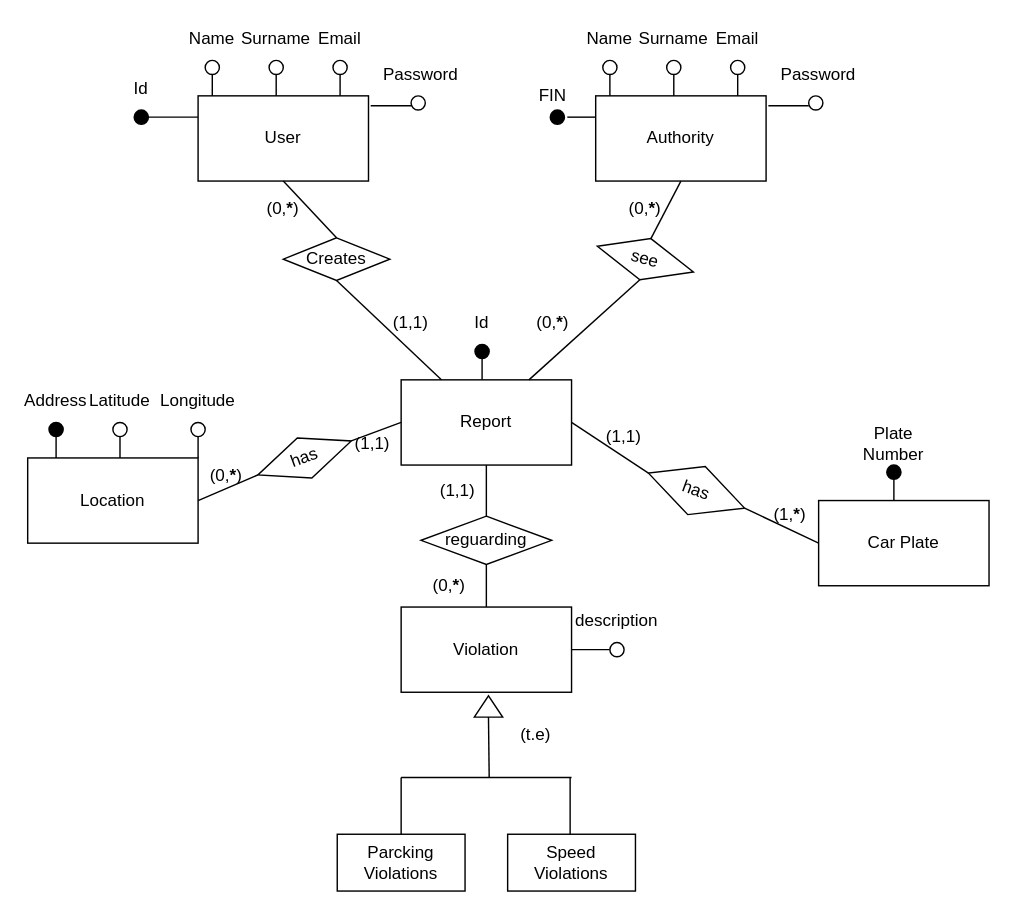
The draw.io diagram DD/ER.drawio in Edoardo-Putti/Software-engineering-2-polimi, before the edit. Source tidied: cells renumbered, new cells numbered last; positions are measured from the earlier drawing's top-left corner, leaving out a move shared by most shapes. Both pictures are drawn from the tidied source at 142%, with x=0, y=0 at pixel (27, 24).
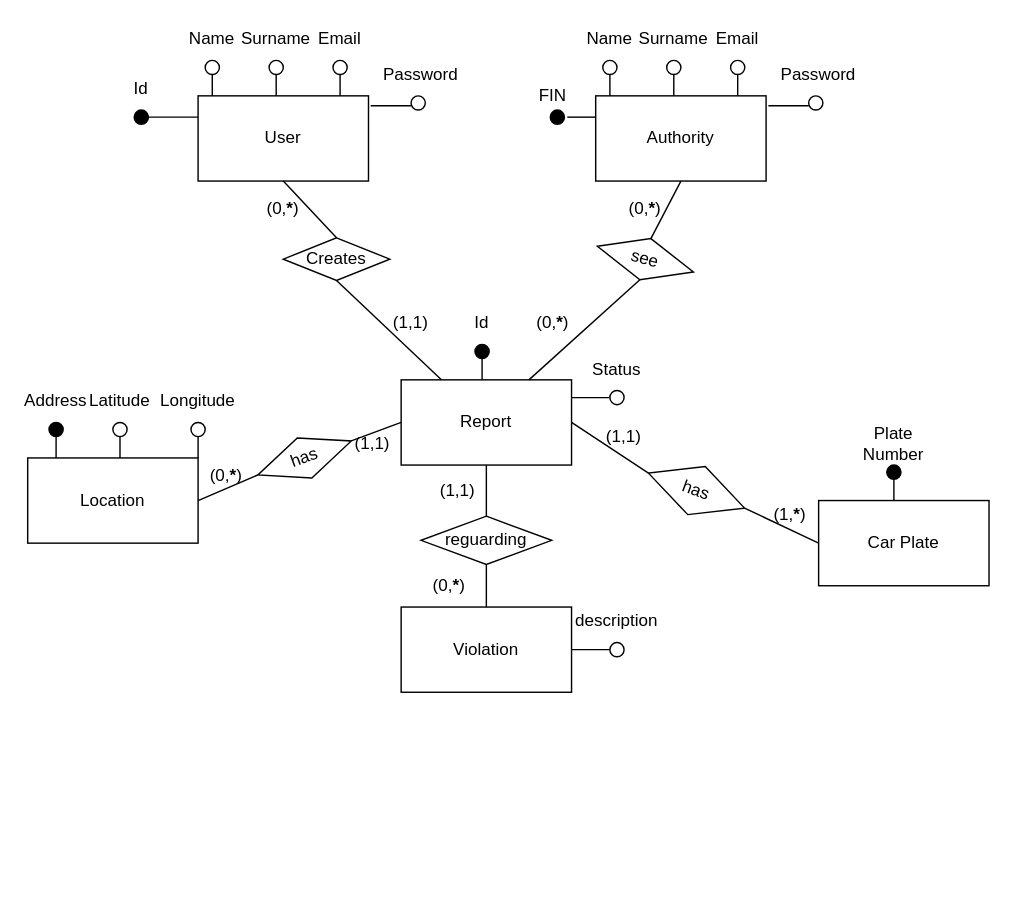
The same page after the edit.

Commit message (it also covers changes not shown here):
update Er model in particula it was added the status attribute that was missing

What changed in the source:
```diff
@@
-    <mxCell id="33" style="triangle;whiteSpace=wrap;html=1;rotation=-90;direction=east;" parent="1" vertex="1">
-      <mxGeometry x="317" y="470" width="15" height="20" as="geometry" />
-    </mxCell>
-    <mxCell id="34" style="endArrow=none;html=1;entryX=0;entryY=0.5;entryDx=0;entryDy=0;" parent="1" edge="1" target="33">
-      <mxGeometry relative="1" as="geometry">
-        <mxPoint x="325" y="530" as="sourcePoint" />
-      </mxGeometry>
-    </mxCell>
-    <mxCell id="35" style="endArrow=none;html=1;" parent="1" edge="1">
-      <mxGeometry relative="1" as="geometry">
-        <mxPoint x="263" y="530" as="sourcePoint" />
-        <mxPoint x="383" y="530" as="targetPoint" />
-      </mxGeometry>
-    </mxCell>
-    <mxCell id="36" value="Parcking Violations" style="rounded=0;whiteSpace=wrap;html=1;" parent="1" vertex="1">
-      <mxGeometry x="218" y="570" width="90" height="40" as="geometry" />
-    </mxCell>
-    <mxCell id="37" value="Speed Violations" style="rounded=0;whiteSpace=wrap;html=1;" parent="1" vertex="1">
-      <mxGeometry x="338" y="570" width="90" height="40" as="geometry" />
-    </mxCell>
-    <mxCell id="38" style="endArrow=none;html=1;exitX=0.5;exitY=0;exitDx=0;exitDy=0;" parent="1" edge="1" source="36">
-      <mxGeometry relative="1" as="geometry">
-        <mxPoint x="263" y="530" as="targetPoint" />
-      </mxGeometry>
-    </mxCell>
-    <mxCell id="39" style="endArrow=none;html=1;exitX=0.5;exitY=0;exitDx=0;exitDy=0;" parent="1" edge="1">
-      <mxGeometry relative="1" as="geometry">
-        <mxPoint x="382" y="570" as="sourcePoint" />
-        <mxPoint x="382" y="530" as="targetPoint" />
-      </mxGeometry>
-    </mxCell>
-    <mxCell id="40" value="(t.e)" style="text;html=1;strokeColor=none;fillColor=none;align=center;verticalAlign=middle;whiteSpace=wrap;rounded=0;" parent="1" vertex="1">
-      <mxGeometry x="338" y="490" width="40" height="20" as="geometry" />
-    </mxCell>
@@
+    <mxCell id="89" style="endArrow=none;html=1;exitX=1;exitY=0.5;exitDx=0;exitDy=0;" parent="1" edge="1">
+      <mxGeometry relative="1" as="geometry">
+        <mxPoint x="383" y="262.5" as="sourcePoint" />
+        <mxPoint x="410" y="262.5" as="targetPoint" />
+      </mxGeometry>
+    </mxCell>
+    <mxCell id="90" value="Status" style="text;html=1;strokeColor=none;fillColor=none;align=center;verticalAlign=middle;whiteSpace=wrap;rounded=0;" parent="1" vertex="1">
+      <mxGeometry x="395" y="232.5" width="40" height="20" as="geometry" />
+    </mxCell>
+    <mxCell id="91" style="ellipse;whiteSpace=wrap;html=1;" parent="1" vertex="1">
+      <mxGeometry x="410" y="257.5" width="10" height="10" as="geometry" />
+    </mxCell>
```
